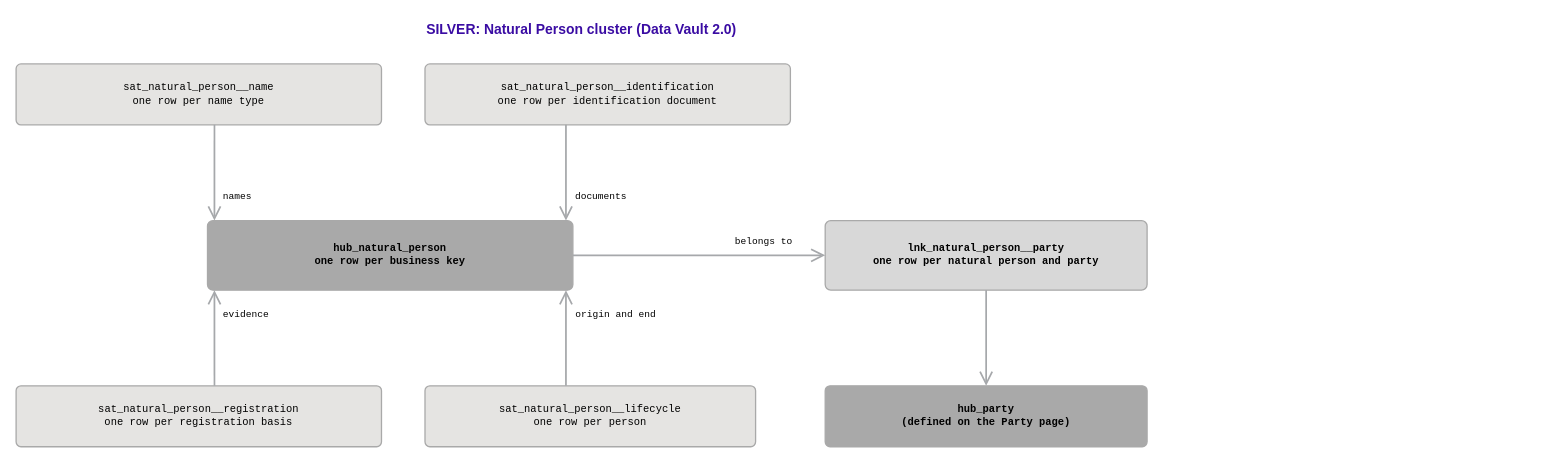
The draw.io diagram Rosetta/Business_Objects/Natural_Person.drawio in luisruizML/documents, before the edit. Source tidied: cells renumbered, new cells numbered last; positions are measured from the earlier drawing's top-left corner, leaving out a move shared by most shapes. Both pictures are drawn from the tidied source at 87%, with x=0, y=0 at pixel (16, 15).
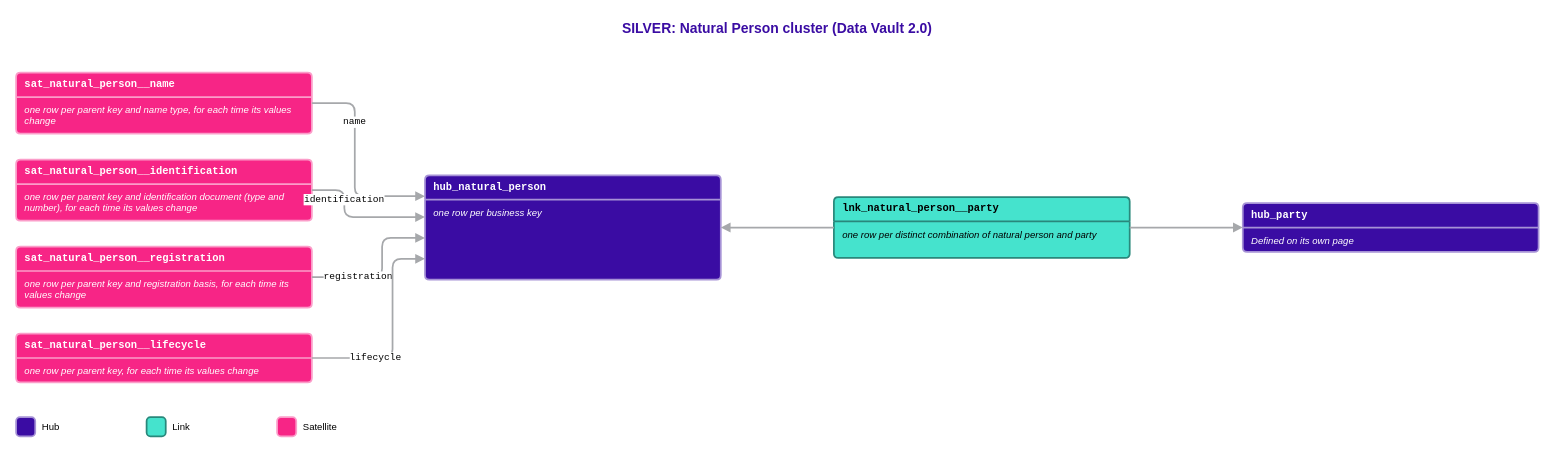
After the change.

Diff of the diagram source:
```diff
@@
-    <mxCell id="2" value="SILVER: Natural Person cluster (Data Vault 2.0)" style="text;html=1;whiteSpace=wrap;labelBackgroundColor=none;fillColor=none;strokeColor=none;strokeWidth=0;fontColor=#3A0CA3;fontSize=16;fontFamily=Mulish;align=center;verticalAlign=top;fontStyle=1;" parent="1" vertex="1">
-      <mxGeometry width="1300" height="30" as="geometry" />
+    <mxCell id="2" value="SILVER: Natural Person cluster (Data Vault 2.0)" style="text;html=1;whiteSpace=wrap;align=center;verticalAlign=middle;fontFamily=Mulish;fontStyle=1;fontSize=16;fontColor=#3A0CA3;" parent="1" vertex="1">
+      <mxGeometry width="1750" height="30" as="geometry" />
     </mxCell>
-    <mxCell id="3" value="sat_natural_person__name&lt;br&gt;one row per name type" style="rounded=1;arcSize=8;html=1;whiteSpace=wrap;fillColor=#E5E4E2;strokeColor=#A9A9A9;strokeWidth=1.5;fontColor=#000000;fontSize=12;fontFamily=Courier New;verticalAlign=middle;align=center;" parent="1" vertex="1">
-      <mxGeometry y="56" width="420" height="70" as="geometry" />
-    </mxCell>
-    <mxCell id="4" value="sat_natural_person__identification&lt;br&gt;one row per identification document" style="rounded=1;arcSize=8;html=1;whiteSpace=wrap;fillColor=#E5E4E2;strokeColor=#A9A9A9;strokeWidth=1.5;fontColor=#000000;fontSize=12;fontFamily=Courier New;verticalAlign=middle;align=center;" parent="1" vertex="1">
-      <mxGeometry x="470" y="56" width="420" height="70" as="geometry" />
-    </mxCell>
-    <mxCell id="5" value="hub_natural_person&lt;br&gt;one row per business key" style="rounded=1;arcSize=8;html=1;whiteSpace=wrap;fillColor=#A9A9A9;strokeColor=#A9A9A9;strokeWidth=1.5;fontColor=#000000;fontSize=12;fontFamily=Courier New;verticalAlign=middle;align=center;fontStyle=1;" parent="1" vertex="1">
-      <mxGeometry x="220" y="236" width="420" height="80" as="geometry" />
-    </mxCell>
-    <mxCell id="6" value="sat_natural_person__registration&lt;br&gt;one row per registration basis" style="rounded=1;arcSize=8;html=1;whiteSpace=wrap;fillColor=#E5E4E2;strokeColor=#A9A9A9;strokeWidth=1.5;fontColor=#000000;fontSize=12;fontFamily=Courier New;verticalAlign=middle;align=center;" parent="1" vertex="1">
-      <mxGeometry y="426" width="420" height="70" as="geometry" />
-    </mxCell>
-    <mxCell id="7" value="sat_natural_person__lifecycle&lt;br&gt;one row per person" style="rounded=1;arcSize=8;html=1;whiteSpace=wrap;fillColor=#E5E4E2;strokeColor=#A9A9A9;strokeWidth=1.5;fontColor=#000000;fontSize=12;fontFamily=Courier New;verticalAlign=middle;align=center;" parent="1" vertex="1">
-      <mxGeometry x="470" y="426" width="380" height="70" as="geometry" />
-    </mxCell>
-    <mxCell id="8" value="lnk_natural_person__party&lt;br&gt;one row per natural person and party" style="rounded=1;arcSize=8;html=1;whiteSpace=wrap;fillColor=#D8D8D8;strokeColor=#A9A9A9;strokeWidth=1.5;fontColor=#000000;fontSize=12;fontFamily=Courier New;verticalAlign=middle;align=center;fontStyle=1;" parent="1" vertex="1">
-      <mxGeometry x="930" y="236" width="370" height="80" as="geometry" />
-    </mxCell>
-    <mxCell id="9" value="hub_party&lt;br&gt;(defined on the Party page)" style="rounded=1;arcSize=8;html=1;whiteSpace=wrap;fillColor=#A9A9A9;strokeColor=#A9A9A9;strokeWidth=1.5;fontColor=#000000;fontSize=12;fontFamily=Courier New;verticalAlign=middle;align=center;fontStyle=1;" parent="1" vertex="1">
-      <mxGeometry x="930" y="426" width="370" height="70" as="geometry" />
-    </mxCell>
-    <mxCell id="10" style="edgeStyle=orthogonalEdgeStyle;rounded=1;jettySize=auto;html=1;strokeColor=#A6A8AB;strokeWidth=2;endArrow=open;endFill=0;endSize=12;exitX=0.5429;exitY=1;exitDx=0;exitDy=0;entryX=0.019;entryY=0;entryDx=0;entryDy=0;jumpStyle=arc;jumpSize=8;" parent="1" edge="1" source="3" target="5">
-      <mxGeometry relative="1" as="geometry" />
-    </mxCell>
-    <mxCell id="11" value="names" style="edgeLabel;html=1;align=center;verticalAlign=middle;fontSize=11;labelBackgroundColor=#FFFFFF;fontColor=#000000;fontFamily=Courier New;" parent="10" vertex="1">
-      <mxGeometry x="0.5" relative="1" as="geometry">
-        <mxPoint x="26" as="offset" />
-      </mxGeometry>
-    </mxCell>
-    <mxCell id="12" style="edgeStyle=orthogonalEdgeStyle;rounded=1;jettySize=auto;html=1;strokeColor=#A6A8AB;strokeWidth=2;endArrow=open;endFill=0;endSize=12;exitX=0.3857;exitY=1;exitDx=0;exitDy=0;entryX=0.981;entryY=0;entryDx=0;entryDy=0;jumpStyle=arc;jumpSize=8;" parent="1" edge="1" source="4" target="5">
-      <mxGeometry relative="1" as="geometry" />
-    </mxCell>
-    <mxCell id="13" value="documents" style="edgeLabel;html=1;align=center;verticalAlign=middle;fontSize=11;labelBackgroundColor=#FFFFFF;fontColor=#000000;fontFamily=Courier New;" parent="12" vertex="1">
-      <mxGeometry x="0.5" relative="1" as="geometry">
-        <mxPoint x="39" as="offset" />
-      </mxGeometry>
-    </mxCell>
-    <mxCell id="14" style="edgeStyle=orthogonalEdgeStyle;rounded=1;jettySize=auto;html=1;strokeColor=#A6A8AB;strokeWidth=2;endArrow=open;endFill=0;endSize=12;exitX=0.5429;exitY=0;exitDx=0;exitDy=0;entryX=0.019;entryY=1;entryDx=0;entryDy=0;jumpStyle=arc;jumpSize=8;" parent="1" edge="1" source="6" target="5">
-      <mxGeometry relative="1" as="geometry" />
-    </mxCell>
-    <mxCell id="15" value="evidence" style="edgeLabel;html=1;align=center;verticalAlign=middle;fontSize=11;labelBackgroundColor=#FFFFFF;fontColor=#000000;fontFamily=Courier New;" parent="14" vertex="1">
-      <mxGeometry x="0.5" relative="1" as="geometry">
-        <mxPoint x="36" as="offset" />
-      </mxGeometry>
-    </mxCell>
-    <mxCell id="16" style="edgeStyle=orthogonalEdgeStyle;rounded=1;jettySize=auto;html=1;strokeColor=#A6A8AB;strokeWidth=2;endArrow=open;endFill=0;endSize=12;exitX=0.4263;exitY=0;exitDx=0;exitDy=0;entryX=0.981;entryY=1;entryDx=0;entryDy=0;jumpStyle=arc;jumpSize=8;" parent="1" edge="1" source="7" target="5">
-      <mxGeometry relative="1" as="geometry" />
-    </mxCell>
-    <mxCell id="17" value="origin and end" style="edgeLabel;html=1;align=center;verticalAlign=middle;fontSize=11;labelBackgroundColor=#FFFFFF;fontColor=#000000;fontFamily=Courier New;" parent="16" vertex="1">
-      <mxGeometry x="0.5" relative="1" as="geometry">
-        <mxPoint x="56" as="offset" />
-      </mxGeometry>
-    </mxCell>
-    <mxCell id="18" style="edgeStyle=orthogonalEdgeStyle;rounded=1;jettySize=auto;html=1;strokeColor=#A6A8AB;strokeWidth=2;endArrow=open;endFill=0;endSize=12;exitX=1;exitY=0.5;exitDx=0;exitDy=0;entryX=0;entryY=0.5;entryDx=0;entryDy=0;jumpStyle=arc;jumpSize=8;" parent="1" edge="1" source="5" target="8">
-      <mxGeometry relative="1" as="geometry" />
-    </mxCell>
-    <mxCell id="19" value="belongs to" style="edgeLabel;html=1;align=center;verticalAlign=middle;fontSize=11;labelBackgroundColor=#FFFFFF;fontColor=#000000;fontFamily=Courier New;" parent="18" vertex="1">
-      <mxGeometry x="0.5" relative="1" as="geometry">
-        <mxPoint y="-17" as="offset" />
-      </mxGeometry>
-    </mxCell>
-    <mxCell id="20" style="edgeStyle=orthogonalEdgeStyle;rounded=1;jettySize=auto;html=1;strokeColor=#A6A8AB;strokeWidth=2;endArrow=open;endFill=0;endSize=12;exitX=0.5;exitY=1;exitDx=0;exitDy=0;entryX=0.5;entryY=0;entryDx=0;entryDy=0;jumpStyle=arc;jumpSize=8;" parent="1" edge="1" source="8" target="9">
-      <mxGeometry relative="1" as="geometry" />
-    </mxCell>
+    <mxCell id="21" value="hub_natural_person" style="swimlane;html=1;whiteSpace=wrap;rounded=1;arcSize=6;startSize=28;fillColor=#3A0CA3;swimlaneFillColor=#3A0CA3;strokeColor=#A692D6;strokeWidth=2;fontFamily=Courier New;fontSize=12;fontStyle=1;fontColor=#FFFFFF;align=left;spacingLeft=8;" parent="1" vertex="1">
+      <mxGeometry x="470" y="184" width="340" height="120" as="geometry" />
+    </mxCell>
+    <mxCell id="22" value="one row per business key" style="text;html=1;whiteSpace=wrap;align=left;verticalAlign=top;fontFamily=Arial;fontSize=11;fontStyle=2;fontColor=#FFFFFF;spacingLeft=8;spacingRight=8;" parent="21" vertex="1">
+      <mxGeometry y="30" width="340" height="20" as="geometry" />
+    </mxCell>
+    <mxCell id="23" value="lnk_natural_person__party" style="swimlane;html=1;whiteSpace=wrap;rounded=1;arcSize=6;startSize=28;fillColor=#45E3CD;swimlaneFillColor=#45E3CD;strokeColor=#29887B;strokeWidth=2;fontFamily=Courier New;fontSize=12;fontStyle=1;fontColor=#000000;align=left;spacingLeft=8;" parent="1" vertex="1">
+      <mxGeometry x="940" y="209" width="340" height="70" as="geometry" />
+    </mxCell>
+    <mxCell id="24" value="one row per distinct combination of natural person and party" style="text;html=1;whiteSpace=wrap;align=left;verticalAlign=top;fontFamily=Arial;fontSize=11;fontStyle=2;fontColor=#000000;spacingLeft=8;spacingRight=8;" parent="23" vertex="1">
+      <mxGeometry y="30" width="340" height="34" as="geometry" />
+    </mxCell>
+    <mxCell id="25" value="sat_natural_person__name" style="swimlane;html=1;whiteSpace=wrap;rounded=1;arcSize=6;startSize=28;fillColor=#F72586;swimlaneFillColor=#F72586;strokeColor=#FB9DC9;strokeWidth=2;fontFamily=Courier New;fontSize=12;fontStyle=1;fontColor=#FFFFFF;align=left;spacingLeft=8;" parent="1" vertex="1">
+      <mxGeometry y="66" width="340" height="70" as="geometry" />
+    </mxCell>
+    <mxCell id="26" value="one row per parent key and name type, for each time its values change" style="text;html=1;whiteSpace=wrap;align=left;verticalAlign=top;fontFamily=Arial;fontSize=11;fontStyle=2;fontColor=#FFFFFF;spacingLeft=8;spacingRight=8;" parent="25" vertex="1">
+      <mxGeometry y="30" width="340" height="34" as="geometry" />
+    </mxCell>
+    <mxCell id="27" value="sat_natural_person__identification" style="swimlane;html=1;whiteSpace=wrap;rounded=1;arcSize=6;startSize=28;fillColor=#F72586;swimlaneFillColor=#F72586;strokeColor=#FB9DC9;strokeWidth=2;fontFamily=Courier New;fontSize=12;fontStyle=1;fontColor=#FFFFFF;align=left;spacingLeft=8;" parent="1" vertex="1">
+      <mxGeometry y="166" width="340" height="70" as="geometry" />
+    </mxCell>
+    <mxCell id="28" value="one row per parent key and identification document (type and number), for each time its values change" style="text;html=1;whiteSpace=wrap;align=left;verticalAlign=top;fontFamily=Arial;fontSize=11;fontStyle=2;fontColor=#FFFFFF;spacingLeft=8;spacingRight=8;" parent="27" vertex="1">
+      <mxGeometry y="30" width="340" height="34" as="geometry" />
+    </mxCell>
+    <mxCell id="29" value="sat_natural_person__registration" style="swimlane;html=1;whiteSpace=wrap;rounded=1;arcSize=6;startSize=28;fillColor=#F72586;swimlaneFillColor=#F72586;strokeColor=#FB9DC9;strokeWidth=2;fontFamily=Courier New;fontSize=12;fontStyle=1;fontColor=#FFFFFF;align=left;spacingLeft=8;" parent="1" vertex="1">
+      <mxGeometry y="266" width="340" height="70" as="geometry" />
+    </mxCell>
+    <mxCell id="30" value="one row per parent key and registration basis, for each time its values change" style="text;html=1;whiteSpace=wrap;align=left;verticalAlign=top;fontFamily=Arial;fontSize=11;fontStyle=2;fontColor=#FFFFFF;spacingLeft=8;spacingRight=8;" parent="29" vertex="1">
+      <mxGeometry y="30" width="340" height="34" as="geometry" />
+    </mxCell>
+    <mxCell id="31" value="sat_natural_person__lifecycle" style="swimlane;html=1;whiteSpace=wrap;rounded=1;arcSize=6;startSize=28;fillColor=#F72586;swimlaneFillColor=#F72586;strokeColor=#FB9DC9;strokeWidth=2;fontFamily=Courier New;fontSize=12;fontStyle=1;fontColor=#FFFFFF;align=left;spacingLeft=8;" parent="1" vertex="1">
+      <mxGeometry y="366" width="340" height="56" as="geometry" />
+    </mxCell>
+    <mxCell id="32" value="one row per parent key, for each time its values change" style="text;html=1;whiteSpace=wrap;align=left;verticalAlign=top;fontFamily=Arial;fontSize=11;fontStyle=2;fontColor=#FFFFFF;spacingLeft=8;spacingRight=8;" parent="31" vertex="1">
+      <mxGeometry y="30" width="340" height="20" as="geometry" />
+    </mxCell>
+    <mxCell id="33" value="hub_party" style="swimlane;html=1;whiteSpace=wrap;rounded=1;arcSize=6;startSize=28;fillColor=#3A0CA3;swimlaneFillColor=#3A0CA3;strokeColor=#A692D6;strokeWidth=2;fontFamily=Courier New;fontSize=12;fontStyle=1;fontColor=#FFFFFF;align=left;spacingLeft=8;" parent="1" vertex="1">
+      <mxGeometry x="1410" y="216" width="340" height="56" as="geometry" />
+    </mxCell>
+    <mxCell id="34" value="Defined on its own page" style="text;html=1;whiteSpace=wrap;align=left;verticalAlign=top;fontFamily=Arial;fontSize=11;fontStyle=2;fontColor=#FFFFFF;spacingLeft=8;spacingRight=8;" parent="33" vertex="1">
+      <mxGeometry y="30" width="340" height="20" as="geometry" />
+    </mxCell>
+    <mxCell id="35" style="edgeStyle=orthogonalEdgeStyle;rounded=1;jumpStyle=arc;jumpSize=8;html=1;strokeColor=#A6A8AB;strokeWidth=2;endArrow=block;endFill=1;exitX=0;exitY=0.5;exitDx=0;exitDy=0;entryX=1;entryY=0.5;entryDx=0;entryDy=0;labelBackgroundColor=#FFFFFF;fontFamily=Courier New;fontSize=11;fontColor=#000000;" parent="1" edge="1" source="23" target="21">
+      <mxGeometry x="-0.4" relative="1" as="geometry" />
+    </mxCell>
+    <mxCell id="36" style="edgeStyle=orthogonalEdgeStyle;rounded=1;jumpStyle=arc;jumpSize=8;html=1;strokeColor=#A6A8AB;strokeWidth=2;endArrow=block;endFill=1;exitX=1;exitY=0.5;exitDx=0;exitDy=0;entryX=0;entryY=0.5;entryDx=0;entryDy=0;labelBackgroundColor=#FFFFFF;fontFamily=Courier New;fontSize=11;fontColor=#000000;" parent="1" edge="1" source="23" target="33">
+      <mxGeometry x="-0.4" relative="1" as="geometry" />
+    </mxCell>
+    <mxCell id="37" value="name" style="edgeStyle=orthogonalEdgeStyle;rounded=1;jumpStyle=arc;jumpSize=8;html=1;strokeColor=#A6A8AB;strokeWidth=2;endArrow=block;endFill=1;exitX=1;exitY=0.5;exitDx=0;exitDy=0;entryX=0;entryY=0.2;entryDx=0;entryDy=0;labelBackgroundColor=#FFFFFF;fontFamily=Courier New;fontSize=11;fontColor=#000000;" parent="1" edge="1" source="25" target="21">
+      <mxGeometry x="-0.4" relative="1" as="geometry">
+        <Array as="points">
+          <mxPoint x="389.3" y="101" />
+          <mxPoint x="389.3" y="208" />
+        </Array>
+      </mxGeometry>
+    </mxCell>
+    <mxCell id="38" value="identification" style="edgeStyle=orthogonalEdgeStyle;rounded=1;jumpStyle=arc;jumpSize=8;html=1;strokeColor=#A6A8AB;strokeWidth=2;endArrow=block;endFill=1;exitX=1;exitY=0.5;exitDx=0;exitDy=0;entryX=0;entryY=0.4;entryDx=0;entryDy=0;labelBackgroundColor=#FFFFFF;fontFamily=Courier New;fontSize=11;fontColor=#000000;" parent="1" edge="1" source="27" target="21">
+      <mxGeometry x="-0.4" relative="1" as="geometry">
+        <Array as="points">
+          <mxPoint x="377.3" y="201" />
+          <mxPoint x="377.3" y="232" />
+        </Array>
+      </mxGeometry>
+    </mxCell>
+    <mxCell id="39" value="registration" style="edgeStyle=orthogonalEdgeStyle;rounded=1;jumpStyle=arc;jumpSize=8;html=1;strokeColor=#A6A8AB;strokeWidth=2;endArrow=block;endFill=1;exitX=1;exitY=0.5;exitDx=0;exitDy=0;entryX=0;entryY=0.6;entryDx=0;entryDy=0;labelBackgroundColor=#FFFFFF;fontFamily=Courier New;fontSize=11;fontColor=#000000;" parent="1" edge="1" source="29" target="21">
+      <mxGeometry x="-0.4" relative="1" as="geometry">
+        <Array as="points">
+          <mxPoint x="420.7" y="301" />
+          <mxPoint x="420.7" y="256" />
+        </Array>
+      </mxGeometry>
+    </mxCell>
+    <mxCell id="40" value="lifecycle" style="edgeStyle=orthogonalEdgeStyle;rounded=1;jumpStyle=arc;jumpSize=8;html=1;strokeColor=#A6A8AB;strokeWidth=2;endArrow=block;endFill=1;exitX=1;exitY=0.5;exitDx=0;exitDy=0;entryX=0;entryY=0.8;entryDx=0;entryDy=0;labelBackgroundColor=#FFFFFF;fontFamily=Courier New;fontSize=11;fontColor=#000000;" parent="1" edge="1" source="31" target="21">
+      <mxGeometry x="-0.4" relative="1" as="geometry">
+        <Array as="points">
+          <mxPoint x="432.7" y="394" />
+          <mxPoint x="432.7" y="280" />
+        </Array>
+      </mxGeometry>
+    </mxCell>
+    <mxCell id="41" style="rounded=1;arcSize=20;fillColor=#3A0CA3;strokeColor=#A692D6;strokeWidth=2;" parent="1" vertex="1">
+      <mxGeometry y="462" width="22" height="22" as="geometry" />
+    </mxCell>
+    <mxCell id="42" value="Hub" style="text;html=1;align=left;verticalAlign=middle;fontFamily=Arial;fontSize=11;fontColor=#000000;" parent="1" vertex="1">
+      <mxGeometry x="28" y="462" width="110" height="22" as="geometry" />
+    </mxCell>
+    <mxCell id="43" style="rounded=1;arcSize=20;fillColor=#45E3CD;strokeColor=#29887B;strokeWidth=2;" parent="1" vertex="1">
+      <mxGeometry x="150" y="462" width="22" height="22" as="geometry" />
+    </mxCell>
+    <mxCell id="44" value="Link" style="text;html=1;align=left;verticalAlign=middle;fontFamily=Arial;fontSize=11;fontColor=#000000;" parent="1" vertex="1">
+      <mxGeometry x="178" y="462" width="110" height="22" as="geometry" />
+    </mxCell>
+    <mxCell id="45" style="rounded=1;arcSize=20;fillColor=#F72586;strokeColor=#FB9DC9;strokeWidth=2;" parent="1" vertex="1">
+      <mxGeometry x="300" y="462" width="22" height="22" as="geometry" />
+    </mxCell>
+    <mxCell id="46" value="Satellite" style="text;html=1;align=left;verticalAlign=middle;fontFamily=Arial;fontSize=11;fontColor=#000000;" parent="1" vertex="1">
+      <mxGeometry x="328" y="462" width="110" height="22" as="geometry" />
+    </mxCell>
```
